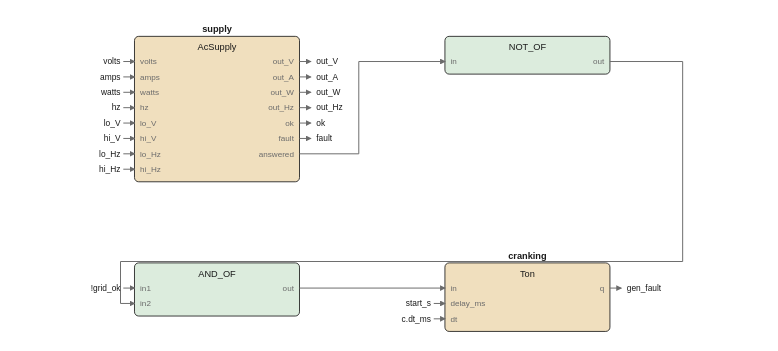
pstch/botanik2 keeps this draw.io diagram as images/logic/ac_local_watch_fbd.drawio.svg. Above is the earlier version. Source tidied: cells renumbered, new cells last; positions are measured from the earlier drawing's top-left corner, leaving out a move shared by most shapes.
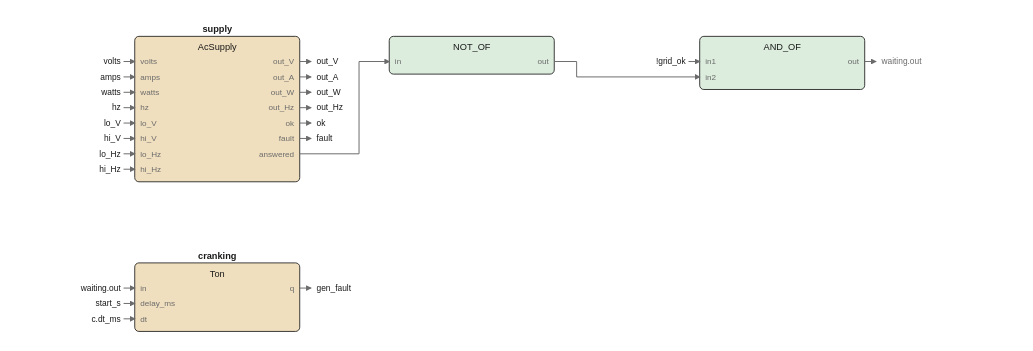
After the commit.

Diff of the diagram source:
```diff
@@ -57,52 +57,52 @@
       <mxGeometry x="124" y="90.2" width="40" height="9.8" as="geometry" />
     </mxCell>
     <mxCell id="20" style="rounded=1;fillColor=#dcecdd;strokeColor=#1a1a1a;whiteSpace=wrap;html=1;fontSize=8;" parent="1" vertex="1">
-      <mxGeometry x="232" y="10" width="118" height="27" as="geometry" />
+      <mxGeometry x="192" y="10" width="118" height="27" as="geometry" />
     </mxCell>
     <mxCell id="21" value="NOT_OF" style="text;html=1;fontSize=6;fontColor=#1a1a1a;align=center;" parent="1" vertex="1">
-      <mxGeometry x="291" y="13.4" width="40" height="10.6" as="geometry" />
+      <mxGeometry x="251" y="13.4" width="40" height="10.6" as="geometry" />
     </mxCell>
     <mxCell id="22" value="in" style="text;html=1;fontSize=5;fontColor=#6b6b6b;align=left;" parent="1" vertex="1">
-      <mxGeometry x="236" y="24.2" width="40" height="9.8" as="geometry" />
+      <mxGeometry x="196" y="24.2" width="40" height="9.8" as="geometry" />
     </mxCell>
     <mxCell id="23" value="out" style="text;html=1;fontSize=5;fontColor=#6b6b6b;align=left;" parent="1" vertex="1">
-      <mxGeometry x="346" y="24.2" width="40" height="9.8" as="geometry" />
+      <mxGeometry x="306" y="24.2" width="40" height="9.8" as="geometry" />
     </mxCell>
     <mxCell id="24" style="rounded=1;fillColor=#dcecdd;strokeColor=#1a1a1a;whiteSpace=wrap;html=1;fontSize=8;" parent="1" vertex="1">
-      <mxGeometry x="10" y="172" width="118" height="38" as="geometry" />
+      <mxGeometry x="414" y="10" width="118" height="38" as="geometry" />
     </mxCell>
     <mxCell id="25" value="AND_OF" style="text;html=1;fontSize=6;fontColor=#1a1a1a;align=center;" parent="1" vertex="1">
-      <mxGeometry x="69" y="175.4" width="40" height="10.6" as="geometry" />
+      <mxGeometry x="473" y="13.4" width="40" height="10.6" as="geometry" />
     </mxCell>
     <mxCell id="26" value="in1" style="text;html=1;fontSize=5;fontColor=#6b6b6b;align=left;" parent="1" vertex="1">
-      <mxGeometry x="14" y="186.2" width="40" height="9.8" as="geometry" />
+      <mxGeometry x="418" y="24.2" width="40" height="9.8" as="geometry" />
     </mxCell>
     <mxCell id="27" value="in2" style="text;html=1;fontSize=5;fontColor=#6b6b6b;align=left;" parent="1" vertex="1">
-      <mxGeometry x="14" y="197.2" width="40" height="9.8" as="geometry" />
+      <mxGeometry x="418" y="35.2" width="40" height="9.8" as="geometry" />
     </mxCell>
     <mxCell id="28" value="out" style="text;html=1;fontSize=5;fontColor=#6b6b6b;align=left;" parent="1" vertex="1">
-      <mxGeometry x="124" y="186.2" width="40" height="9.8" as="geometry" />
+      <mxGeometry x="528" y="24.2" width="40" height="9.8" as="geometry" />
     </mxCell>
     <mxCell id="29" style="rounded=1;fillColor=#f0dfbe;strokeColor=#1a1a1a;whiteSpace=wrap;html=1;fontSize=8;" parent="1" vertex="1">
-      <mxGeometry x="232" y="172" width="118" height="49" as="geometry" />
+      <mxGeometry x="10" y="172" width="118" height="49" as="geometry" />
     </mxCell>
     <mxCell id="30" value="cranking" style="text;html=1;fontSize=6;fontColor=#1a1a1a;align=center;fontStyle=1;" parent="1" vertex="1">
-      <mxGeometry x="291" y="162.4" width="40" height="10.6" as="geometry" />
+      <mxGeometry x="69" y="162.4" width="40" height="10.6" as="geometry" />
     </mxCell>
     <mxCell id="31" value="Ton" style="text;html=1;fontSize=6;fontColor=#1a1a1a;align=center;" parent="1" vertex="1">
-      <mxGeometry x="291" y="175.4" width="40" height="10.6" as="geometry" />
+      <mxGeometry x="69" y="175.4" width="40" height="10.6" as="geometry" />
     </mxCell>
     <mxCell id="32" value="in" style="text;html=1;fontSize=5;fontColor=#6b6b6b;align=left;" parent="1" vertex="1">
-      <mxGeometry x="236" y="186.2" width="40" height="9.8" as="geometry" />
+      <mxGeometry x="14" y="186.2" width="40" height="9.8" as="geometry" />
     </mxCell>
     <mxCell id="33" value="delay_ms" style="text;html=1;fontSize=5;fontColor=#6b6b6b;align=left;" parent="1" vertex="1">
-      <mxGeometry x="236" y="197.2" width="40" height="9.8" as="geometry" />
+      <mxGeometry x="14" y="197.2" width="40" height="9.8" as="geometry" />
     </mxCell>
     <mxCell id="34" value="dt" style="text;html=1;fontSize=5;fontColor=#6b6b6b;align=left;" parent="1" vertex="1">
-      <mxGeometry x="236" y="208.2" width="40" height="9.8" as="geometry" />
+      <mxGeometry x="14" y="208.2" width="40" height="9.8" as="geometry" />
     </mxCell>
     <mxCell id="35" value="q" style="text;html=1;fontSize=5;fontColor=#6b6b6b;align=left;" parent="1" vertex="1">
-      <mxGeometry x="346" y="186.2" width="40" height="9.8" as="geometry" />
+      <mxGeometry x="124" y="186.2" width="40" height="9.8" as="geometry" />
     </mxCell>
     <mxCell id="36" style="edgeStyle=none;html=1;strokeColor=#6b6b6b;endArrow=block;" parent="1" edge="1">
       <mxGeometry relative="1" as="geometry">
@@ -160,139 +160,149 @@
     </mxCell>
     <mxCell id="48" style="edgeStyle=none;html=1;strokeColor=#6b6b6b;endArrow=block;" parent="1" edge="1">
       <mxGeometry relative="1" as="geometry">
-        <mxPoint x="350" y="190" as="sourcePoint" />
-        <mxPoint x="358" y="190" as="targetPoint" />
+        <mxPoint x="128" y="190" as="sourcePoint" />
+        <mxPoint x="136" y="190" as="targetPoint" />
       </mxGeometry>
     </mxCell>
     <mxCell id="49" value="gen_fault" style="text;html=1;fontSize=6;fontColor=#1a1a1a;align=left;" parent="1" vertex="1">
-      <mxGeometry x="362" y="186" width="45" height="10" as="geometry" />
+      <mxGeometry x="140" y="186" width="45" height="10" as="geometry" />
     </mxCell>
     <mxCell id="50" style="edgeStyle=none;html=1;strokeColor=#6b6b6b;endArrow=block;" parent="1" edge="1">
       <mxGeometry relative="1" as="geometry">
-        <mxPoint x="128" y="94" as="sourcePoint" />
-        <mxPoint x="232" y="28" as="targetPoint" />
-        <Array as="points">
-          <mxPoint x="170.4" y="94" />
-          <mxPoint x="170.4" y="28" />
-        </Array>
+        <mxPoint x="532" y="28" as="sourcePoint" />
+        <mxPoint x="540" y="28" as="targetPoint" />
       </mxGeometry>
     </mxCell>
-    <mxCell id="51" style="edgeStyle=none;html=1;strokeColor=#6b6b6b;endArrow=block;" parent="1" edge="1">
-      <mxGeometry relative="1" as="geometry">
-        <mxPoint x="350" y="28" as="sourcePoint" />
-        <mxPoint x="10" y="201" as="targetPoint" />
-        <Array as="points">
-          <mxPoint x="402" y="28" />
-          <mxPoint x="402" y="171" />
-          <mxPoint y="171" />
-          <mxPoint y="201" />
-        </Array>
-      </mxGeometry>
-    </mxCell>
+    <mxCell id="75" value="waiting.out" style="text;html=1;fontSize=6;fontColor=#6b6b6b;align=left;" parent="1" vertex="1">
+      <mxGeometry x="544" y="24" width="55" height="10" as="geometry" />
+    </mxCell>
     <mxCell id="52" style="edgeStyle=none;html=1;strokeColor=#6b6b6b;endArrow=block;" parent="1" edge="1">
       <mxGeometry relative="1" as="geometry">
-        <mxPoint x="128" y="190" as="sourcePoint" />
-        <mxPoint x="232" y="190" as="targetPoint" />
+        <mxPoint x="128" y="94" as="sourcePoint" />
+        <mxPoint x="192" y="28" as="targetPoint" />
+        <Array as="points">
+          <mxPoint x="170.4" y="94" />
+          <mxPoint x="170.4" y="28" />
+        </Array>
       </mxGeometry>
     </mxCell>
+    <mxCell id="76" style="edgeStyle=none;html=1;strokeColor=#6b6b6b;endArrow=block;" parent="1" edge="1">
+      <mxGeometry relative="1" as="geometry">
+        <mxPoint x="310" y="28" as="sourcePoint" />
+        <mxPoint x="414" y="39" as="targetPoint" />
+        <Array as="points">
+          <mxPoint x="326" y="28" />
+          <mxPoint x="326" y="39" />
+        </Array>
+      </mxGeometry>
+    </mxCell>
     <mxCell id="53" value="volts" style="text;html=1;fontSize=6;fontColor=#1a1a1a;align=left;" parent="1" vertex="1">
       <mxGeometry y="24" width="40" height="10" as="geometry" />
     </mxCell>
-    <mxCell id="54" style="edgeStyle=none;html=1;strokeColor=#6b6b6b;endArrow=block;" parent="1" edge="1">
-      <mxGeometry relative="1" as="geometry">
-        <mxPoint x="2" y="28" as="sourcePoint" />
-        <mxPoint x="10" y="28" as="targetPoint" />
-      </mxGeometry>
-    </mxCell>
+    <mxCell id="77" style="edgeStyle=none;html=1;strokeColor=#6b6b6b;endArrow=block;" parent="1" edge="1">
+      <mxGeometry relative="1" as="geometry">
+        <mxPoint x="2" y="28" as="sourcePoint" />
+        <mxPoint x="10" y="28" as="targetPoint" />
+      </mxGeometry>
+    </mxCell>
     <mxCell id="55" value="amps" style="text;html=1;fontSize=6;fontColor=#1a1a1a;align=left;" parent="1" vertex="1">
       <mxGeometry y="35" width="40" height="10" as="geometry" />
     </mxCell>
-    <mxCell id="56" style="edgeStyle=none;html=1;strokeColor=#6b6b6b;endArrow=block;" parent="1" edge="1">
-      <mxGeometry relative="1" as="geometry">
-        <mxPoint x="2" y="39" as="sourcePoint" />
-        <mxPoint x="10" y="39" as="targetPoint" />
-      </mxGeometry>
-    </mxCell>
+    <mxCell id="78" style="edgeStyle=none;html=1;strokeColor=#6b6b6b;endArrow=block;" parent="1" edge="1">
+      <mxGeometry relative="1" as="geometry">
+        <mxPoint x="2" y="39" as="sourcePoint" />
+        <mxPoint x="10" y="39" as="targetPoint" />
+      </mxGeometry>
+    </mxCell>
     <mxCell id="57" value="watts" style="text;html=1;fontSize=6;fontColor=#1a1a1a;align=left;" parent="1" vertex="1">
       <mxGeometry y="46" width="40" height="10" as="geometry" />
     </mxCell>
-    <mxCell id="58" style="edgeStyle=none;html=1;strokeColor=#6b6b6b;endArrow=block;" parent="1" edge="1">
-      <mxGeometry relative="1" as="geometry">
-        <mxPoint x="2" y="50" as="sourcePoint" />
-        <mxPoint x="10" y="50" as="targetPoint" />
-      </mxGeometry>
-    </mxCell>
+    <mxCell id="79" style="edgeStyle=none;html=1;strokeColor=#6b6b6b;endArrow=block;" parent="1" edge="1">
+      <mxGeometry relative="1" as="geometry">
+        <mxPoint x="2" y="50" as="sourcePoint" />
+        <mxPoint x="10" y="50" as="targetPoint" />
+      </mxGeometry>
+    </mxCell>
     <mxCell id="59" value="hz" style="text;html=1;fontSize=6;fontColor=#1a1a1a;align=left;" parent="1" vertex="1">
       <mxGeometry y="57" width="40" height="10" as="geometry" />
     </mxCell>
-    <mxCell id="60" style="edgeStyle=none;html=1;strokeColor=#6b6b6b;endArrow=block;" parent="1" edge="1">
-      <mxGeometry relative="1" as="geometry">
-        <mxPoint x="2" y="61" as="sourcePoint" />
-        <mxPoint x="10" y="61" as="targetPoint" />
-      </mxGeometry>
-    </mxCell>
+    <mxCell id="80" style="edgeStyle=none;html=1;strokeColor=#6b6b6b;endArrow=block;" parent="1" edge="1">
+      <mxGeometry relative="1" as="geometry">
+        <mxPoint x="2" y="61" as="sourcePoint" />
+        <mxPoint x="10" y="61" as="targetPoint" />
+      </mxGeometry>
+    </mxCell>
     <mxCell id="61" value="lo_V" style="text;html=1;fontSize=6;fontColor=#1a1a1a;align=left;" parent="1" vertex="1">
       <mxGeometry y="68" width="40" height="10" as="geometry" />
     </mxCell>
-    <mxCell id="62" style="edgeStyle=none;html=1;strokeColor=#6b6b6b;endArrow=block;" parent="1" edge="1">
-      <mxGeometry relative="1" as="geometry">
-        <mxPoint x="2" y="72" as="sourcePoint" />
-        <mxPoint x="10" y="72" as="targetPoint" />
-      </mxGeometry>
-    </mxCell>
+    <mxCell id="81" style="edgeStyle=none;html=1;strokeColor=#6b6b6b;endArrow=block;" parent="1" edge="1">
+      <mxGeometry relative="1" as="geometry">
+        <mxPoint x="2" y="72" as="sourcePoint" />
+        <mxPoint x="10" y="72" as="targetPoint" />
+      </mxGeometry>
+    </mxCell>
     <mxCell id="63" value="hi_V" style="text;html=1;fontSize=6;fontColor=#1a1a1a;align=left;" parent="1" vertex="1">
       <mxGeometry y="79" width="40" height="10" as="geometry" />
     </mxCell>
-    <mxCell id="64" style="edgeStyle=none;html=1;strokeColor=#6b6b6b;endArrow=block;" parent="1" edge="1">
-      <mxGeometry relative="1" as="geometry">
-        <mxPoint x="2" y="83" as="sourcePoint" />
-        <mxPoint x="10" y="83" as="targetPoint" />
-      </mxGeometry>
-    </mxCell>
+    <mxCell id="82" style="edgeStyle=none;html=1;strokeColor=#6b6b6b;endArrow=block;" parent="1" edge="1">
+      <mxGeometry relative="1" as="geometry">
+        <mxPoint x="2" y="83" as="sourcePoint" />
+        <mxPoint x="10" y="83" as="targetPoint" />
+      </mxGeometry>
+    </mxCell>
     <mxCell id="65" value="lo_Hz" style="text;html=1;fontSize=6;fontColor=#1a1a1a;align=left;" parent="1" vertex="1">
       <mxGeometry y="90" width="40" height="10" as="geometry" />
     </mxCell>
-    <mxCell id="66" style="edgeStyle=none;html=1;strokeColor=#6b6b6b;endArrow=block;" parent="1" edge="1">
-      <mxGeometry relative="1" as="geometry">
-        <mxPoint x="2" y="94" as="sourcePoint" />
-        <mxPoint x="10" y="94" as="targetPoint" />
-      </mxGeometry>
-    </mxCell>
+    <mxCell id="83" style="edgeStyle=none;html=1;strokeColor=#6b6b6b;endArrow=block;" parent="1" edge="1">
+      <mxGeometry relative="1" as="geometry">
+        <mxPoint x="2" y="94" as="sourcePoint" />
+        <mxPoint x="10" y="94" as="targetPoint" />
+      </mxGeometry>
+    </mxCell>
     <mxCell id="67" value="hi_Hz" style="text;html=1;fontSize=6;fontColor=#1a1a1a;align=left;" parent="1" vertex="1">
       <mxGeometry y="101" width="40" height="10" as="geometry" />
     </mxCell>
-    <mxCell id="68" style="edgeStyle=none;html=1;strokeColor=#6b6b6b;endArrow=block;" parent="1" edge="1">
-      <mxGeometry relative="1" as="geometry">
-        <mxPoint x="2" y="105" as="sourcePoint" />
-        <mxPoint x="10" y="105" as="targetPoint" />
-      </mxGeometry>
-    </mxCell>
+    <mxCell id="84" style="edgeStyle=none;html=1;strokeColor=#6b6b6b;endArrow=block;" parent="1" edge="1">
+      <mxGeometry relative="1" as="geometry">
+        <mxPoint x="2" y="105" as="sourcePoint" />
+        <mxPoint x="10" y="105" as="targetPoint" />
+      </mxGeometry>
+    </mxCell>
     <mxCell id="69" value="!grid_ok" style="text;html=1;fontSize=6;fontColor=#1a1a1a;align=left;" parent="1" vertex="1">
-      <mxGeometry y="186" width="40" height="10" as="geometry" />
+      <mxGeometry x="404" y="24" width="40" height="10" as="geometry" />
     </mxCell>
-    <mxCell id="70" style="edgeStyle=none;html=1;strokeColor=#6b6b6b;endArrow=block;" parent="1" edge="1">
-      <mxGeometry relative="1" as="geometry">
-        <mxPoint x="2" y="190" as="sourcePoint" />
-        <mxPoint x="10" y="190" as="targetPoint" />
-      </mxGeometry>
-    </mxCell>
+    <mxCell id="85" style="edgeStyle=none;html=1;strokeColor=#6b6b6b;endArrow=block;" parent="1" edge="1">
+      <mxGeometry relative="1" as="geometry">
+        <mxPoint x="406" y="28" as="sourcePoint" />
+        <mxPoint x="414" y="28" as="targetPoint" />
+      </mxGeometry>
+    </mxCell>
+    <mxCell id="86" value="waiting.out" style="text;html=1;fontSize=6;fontColor=#1a1a1a;align=left;" parent="1" vertex="1">
+      <mxGeometry y="186" width="55" height="10" as="geometry" />
+    </mxCell>
+    <mxCell id="87" style="edgeStyle=none;html=1;strokeColor=#6b6b6b;endArrow=block;" parent="1" edge="1">
+      <mxGeometry relative="1" as="geometry">
+        <mxPoint x="2" y="190" as="sourcePoint" />
+        <mxPoint x="10" y="190" as="targetPoint" />
+      </mxGeometry>
+    </mxCell>
     <mxCell id="71" value="start_s" style="text;html=1;fontSize=6;fontColor=#1a1a1a;align=left;" parent="1" vertex="1">
-      <mxGeometry x="222" y="197" width="40" height="10" as="geometry" />
+      <mxGeometry y="197" width="40" height="10" as="geometry" />
     </mxCell>
-    <mxCell id="72" style="edgeStyle=none;html=1;strokeColor=#6b6b6b;endArrow=block;" parent="1" edge="1">
-      <mxGeometry relative="1" as="geometry">
-        <mxPoint x="224" y="201" as="sourcePoint" />
-        <mxPoint x="232" y="201" as="targetPoint" />
-      </mxGeometry>
-    </mxCell>
+    <mxCell id="88" style="edgeStyle=none;html=1;strokeColor=#6b6b6b;endArrow=block;" parent="1" edge="1">
+      <mxGeometry relative="1" as="geometry">
+        <mxPoint x="2" y="201" as="sourcePoint" />
+        <mxPoint x="10" y="201" as="targetPoint" />
+      </mxGeometry>
+    </mxCell>
     <mxCell id="73" value="c.dt_ms" style="text;html=1;fontSize=6;fontColor=#1a1a1a;align=left;" parent="1" vertex="1">
-      <mxGeometry x="222" y="208" width="40" height="10" as="geometry" />
+      <mxGeometry y="208" width="40" height="10" as="geometry" />
     </mxCell>
-    <mxCell id="74" style="edgeStyle=none;html=1;strokeColor=#6b6b6b;endArrow=block;" parent="1" edge="1">
-      <mxGeometry relative="1" as="geometry">
-        <mxPoint x="224" y="212" as="sourcePoint" />
-        <mxPoint x="232" y="212" as="targetPoint" />
-      </mxGeometry>
-    </mxCell>
+    <mxCell id="89" style="edgeStyle=none;html=1;strokeColor=#6b6b6b;endArrow=block;" parent="1" edge="1">
+      <mxGeometry relative="1" as="geometry">
+        <mxPoint x="2" y="212" as="sourcePoint" />
+        <mxPoint x="10" y="212" as="targetPoint" />
+      </mxGeometry>
+    </mxCell>
   </root>
 </mxGraphModel>
```
